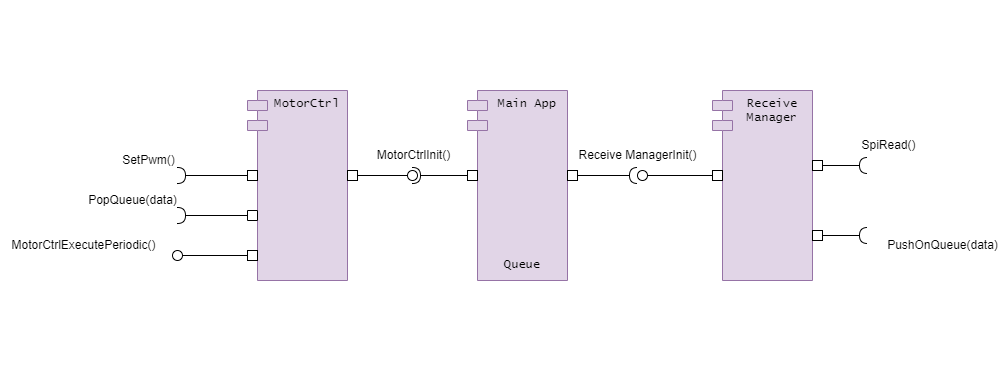
This is docs/images/MotorCtrlArchitecture.drawio.png from inpgbburda/FlyMatic, a draw.io export, as it was before one commit. Source tidied: cells renumbered, new cells last; positions are measured from the earlier drawing's top-left corner, leaving out a move shared by most shapes.
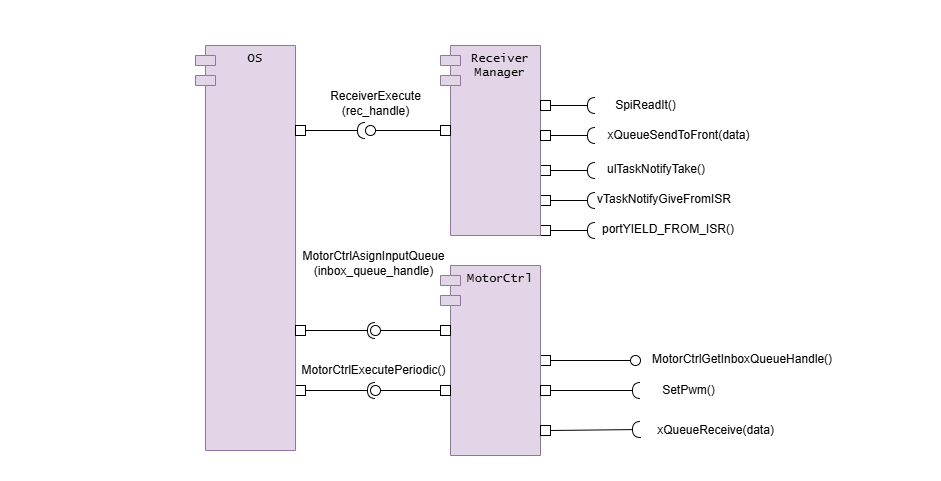
The same file after the commit.

Commit message:
Update static architecture.

The edit, as a diff of the source:
```diff
@@ -2,120 +2,168 @@
   <root>
     <mxCell id="0" />
     <mxCell id="1" parent="0" />
-    <mxCell id="2" style="rounded=1;whiteSpace=wrap;html=1;fontFamily=Helvetica;fillColor=#FFFFFF;strokeColor=none;" parent="1" vertex="1">
-      <mxGeometry x="7" width="995" height="390" as="geometry" />
+    <mxCell id="2" style="rounded=0;whiteSpace=wrap;html=1;fontFamily=Helvetica;fillColor=#FFFFFF;strokeColor=none;" parent="1" vertex="1">
+      <mxGeometry x="17" y="-40" width="940" height="480" as="geometry" />
     </mxCell>
+    <mxCell id="37" style="rounded=0;whiteSpace=wrap;html=1;" parent="1" vertex="1">
+      <mxGeometry x="312" y="345" width="10" height="10" as="geometry" />
+    </mxCell>
+    <mxCell id="38" style="rounded=0;jettySize=auto;html=1;endArrow=halfCircle;endFill=0;endSize=6;strokeWidth=1;exitX=1;exitY=0.5;exitDx=0;exitDy=0;" parent="1" edge="1" source="37">
+      <mxGeometry relative="1" as="geometry">
+        <mxPoint x="392" y="350" as="targetPoint" />
+      </mxGeometry>
+    </mxCell>
+    <mxCell id="39" style="rounded=0;jettySize=auto;html=1;endArrow=halfCircle;endFill=0;endSize=6;strokeWidth=1;" parent="1" edge="1" source="40">
+      <mxGeometry relative="1" as="geometry">
+        <mxPoint x="612" y="130" as="targetPoint" />
+      </mxGeometry>
+    </mxCell>
+    <mxCell id="40" style="rounded=0;whiteSpace=wrap;html=1;" parent="1" vertex="1">
+      <mxGeometry x="557" y="125" width="10" height="10" as="geometry" />
+    </mxCell>
+    <mxCell id="41" value="ulTaskNotifyTake()" style="text;whiteSpace=wrap;" parent="1" vertex="1">
+      <mxGeometry x="622" y="115" width="115" height="35" as="geometry" />
+    </mxCell>
+    <mxCell id="42" style="rounded=0;whiteSpace=wrap;html=1;" parent="1" vertex="1">
+      <mxGeometry x="557" y="315" width="10" height="10" as="geometry" />
+    </mxCell>
+    <mxCell id="43" value="MotorCtrlGetInboxQueueHandle()" style="text;whiteSpace=wrap;" parent="1" vertex="1">
+      <mxGeometry x="667" y="305" width="200" height="20" as="geometry" />
+    </mxCell>
+    <mxCell id="44" style="rounded=0;orthogonalLoop=1;jettySize=auto;html=1;endArrow=oval;endFill=0;sourcePerimeterSpacing=0;targetPerimeterSpacing=0;endSize=10;hachureGap=4;fontFamily=Helvetica;" parent="1" edge="1">
+      <mxGeometry relative="1" as="geometry">
+        <mxPoint x="567" y="320" as="sourcePoint" />
+        <mxPoint x="652" y="320" as="targetPoint" />
+      </mxGeometry>
+    </mxCell>
+    <mxCell id="45" style="rounded=0;whiteSpace=wrap;html=1;" parent="1" vertex="1">
+      <mxGeometry x="557" y="155" width="10" height="10" as="geometry" />
+    </mxCell>
+    <mxCell id="46" style="rounded=0;whiteSpace=wrap;html=1;" parent="1" vertex="1">
+      <mxGeometry x="557" y="185" width="10" height="10" as="geometry" />
+    </mxCell>
+    <mxCell id="47" style="rounded=0;jettySize=auto;html=1;endArrow=halfCircle;endFill=0;endSize=6;strokeWidth=1;exitX=1;exitY=0.5;exitDx=0;exitDy=0;" parent="1" edge="1" source="45">
+      <mxGeometry relative="1" as="geometry">
+        <mxPoint x="612" y="160" as="targetPoint" />
+      </mxGeometry>
+    </mxCell>
+    <mxCell id="48" style="rounded=0;jettySize=auto;html=1;endArrow=halfCircle;endFill=0;endSize=6;strokeWidth=1;exitX=1;exitY=0.5;exitDx=0;exitDy=0;" parent="1" edge="1" source="46">
+      <mxGeometry relative="1" as="geometry">
+        <mxPoint x="612" y="190" as="targetPoint" />
+      </mxGeometry>
+    </mxCell>
+    <mxCell id="49" value="vTaskNotifyGiveFromISR" style="text;whiteSpace=wrap;" parent="1" vertex="1">
+      <mxGeometry x="612" y="145" width="160" height="30" as="geometry" />
+    </mxCell>
+    <mxCell id="50" value="portYIELD_FROM_ISR()" style="text;whiteSpace=wrap;" parent="1" vertex="1">
+      <mxGeometry x="617" y="175" width="150" height="35" as="geometry" />
+    </mxCell>
     <mxCell id="3" value="Content" parent="0" />
-    <mxCell id="4" value="Receive ManagerInit()" style="text;html=1;align=center;verticalAlign=middle;strokeColor=none;fillColor=none;" parent="3" vertex="1">
-      <mxGeometry x="567" y="140" width="140" height="30" as="geometry" />
+    <mxCell id="4" value="ReceiverExecute&lt;br&gt;(rec_handle)" style="text;html=1;align=center;verticalAlign=middle;strokeColor=none;fillColor=none;rounded=0;" parent="3" vertex="1">
+      <mxGeometry x="337" y="40" width="110" height="45" as="geometry" />
     </mxCell>
-    <mxCell id="5" value="MotorCtrl" style="shape=module;align=left;spacingLeft=20;align=center;verticalAlign=top;whiteSpace=wrap;html=1;hachureGap=4;fontFamily=Lucida Console;fillColor=#e1d5e7;strokeColor=#9673a6;" parent="3" vertex="1">
-      <mxGeometry x="247" y="90" width="100" height="190" as="geometry" />
+    <mxCell id="5" value="MotorCtrl" style="shape=module;align=left;spacingLeft=20;align=center;verticalAlign=top;whiteSpace=wrap;html=1;hachureGap=4;fontFamily=Lucida Console;fillColor=#e1d5e7;strokeColor=#9673a6;rounded=0;" parent="3" vertex="1">
+      <mxGeometry x="457" y="225" width="100" height="190" as="geometry" />
     </mxCell>
-    <mxCell id="6" value="PopQueue(data)" style="text;html=1;align=center;verticalAlign=middle;strokeColor=none;fillColor=none;fontFamily=Helvetica;fontStyle=0;" parent="3" vertex="1">
-      <mxGeometry x="77" y="185" width="110" height="30" as="geometry" />
+    <mxCell id="6" value="xQueueReceive(data)" style="text;html=1;align=center;verticalAlign=middle;strokeColor=none;fillColor=none;fontFamily=Helvetica;fontStyle=0;rounded=0;" parent="3" vertex="1">
+      <mxGeometry x="662" y="375" width="140" height="30" as="geometry" />
     </mxCell>
-    <mxCell id="7" style="rounded=0;jettySize=auto;html=1;endArrow=oval;endFill=0;sourcePerimeterSpacing=0;targetPerimeterSpacing=0;endSize=10;hachureGap=4;fontFamily=Helvetica;exitX=0;exitY=0.5;exitDx=0;exitDy=0;" parent="3" edge="1" source="26">
+    <mxCell id="7" style="rounded=0;jettySize=auto;html=1;endArrow=oval;endFill=0;sourcePerimeterSpacing=0;targetPerimeterSpacing=0;endSize=10;hachureGap=4;fontFamily=Helvetica;exitX=1;exitY=0.5;exitDx=0;exitDy=0;" parent="3" edge="1" source="26">
       <mxGeometry relative="1" as="geometry">
-        <mxPoint x="177" y="255" as="targetPoint" />
+        <mxPoint x="392" y="350" as="targetPoint" />
       </mxGeometry>
     </mxCell>
-    <mxCell id="8" style="ellipse;whiteSpace=wrap;html=1;align=center;fillColor=none;strokeColor=none;perimeter=centerPerimeter;hachureGap=4;fontFamily=Helvetica;" parent="3" vertex="1">
-      <mxGeometry x="382" y="120" width="10" height="10" as="geometry" />
+    <mxCell id="8" style="ellipse;whiteSpace=wrap;html=1;align=center;fillColor=none;strokeColor=none;perimeter=centerPerimeter;hachureGap=4;fontFamily=Helvetica;rounded=0;" parent="3" vertex="1">
+      <mxGeometry x="127" y="35" width="10" height="10" as="geometry" />
     </mxCell>
-    <mxCell id="9" value="MotorCtrlExecutePeriodic()" style="text;html=1;align=center;verticalAlign=middle;strokeColor=none;fillColor=none;fontFamily=Helvetica;fontStyle=0;" parent="3" vertex="1">
-      <mxGeometry y="230" width="165" height="30" as="geometry" />
+    <mxCell id="9" value="MotorCtrlExecutePeriodic()" style="text;html=1;align=center;verticalAlign=middle;strokeColor=none;fillColor=none;fontFamily=Helvetica;fontStyle=0;rounded=0;" parent="3" vertex="1">
+      <mxGeometry x="307" y="315" width="165" height="30" as="geometry" />
     </mxCell>
-    <mxCell id="10" style="ellipse;whiteSpace=wrap;html=1;align=center;fillColor=none;strokeColor=none;perimeter=centerPerimeter;hachureGap=4;fontFamily=Helvetica;" parent="3" vertex="1">
-      <mxGeometry x="722" y="230" width="10" height="10" as="geometry" />
+    <mxCell id="10" style="ellipse;whiteSpace=wrap;html=1;align=center;fillColor=none;strokeColor=none;perimeter=centerPerimeter;hachureGap=4;fontFamily=Helvetica;rounded=0;" parent="3" vertex="1">
+      <mxGeometry x="467" y="145" width="10" height="10" as="geometry" />
     </mxCell>
     <mxCell id="11" style="rounded=0;jettySize=auto;html=1;endArrow=oval;endFill=0;sourcePerimeterSpacing=0;targetPerimeterSpacing=0;endSize=10;hachureGap=4;fontFamily=Helvetica;exitX=1;exitY=0.5;exitDx=0;exitDy=0;" parent="3" edge="1" source="27" target="12">
       <mxGeometry relative="1" as="geometry" />
     </mxCell>
-    <mxCell id="12" style="ellipse;whiteSpace=wrap;html=1;align=center;fillColor=none;strokeColor=none;perimeter=centerPerimeter;points=[];outlineConnect=1;hachureGap=4;fontFamily=Helvetica;" parent="3" vertex="1">
-      <mxGeometry x="407" y="170" width="10" height="10" as="geometry" />
-    </mxCell>
-    <mxCell id="13" value="MotorCtrlInit()" style="text;html=1;align=center;verticalAlign=middle;strokeColor=none;fillColor=none;fontFamily=Helvetica;fontStyle=0;" parent="3" vertex="1">
-      <mxGeometry x="365" y="140" width="95" height="30" as="geometry" />
+    <mxCell id="13" value="MotorCtrlAsignInputQueue&lt;br&gt;(inbox_queue_handle)" style="text;html=1;align=center;verticalAlign=middle;strokeColor=none;fillColor=none;fontFamily=Helvetica;fontStyle=0;rounded=0;" parent="3" vertex="1">
+      <mxGeometry x="307" y="200" width="165" height="45" as="geometry" />
     </mxCell>
     <mxCell id="14" style="rounded=0;jettySize=auto;html=1;endArrow=halfCircle;endFill=0;endSize=6;strokeWidth=1;fontFamily=Helvetica;" parent="3" edge="1" source="29">
       <mxGeometry relative="1" as="geometry">
-        <mxPoint x="177" y="175" as="targetPoint" />
+        <mxPoint x="657" y="350" as="targetPoint" />
       </mxGeometry>
     </mxCell>
-    <mxCell id="15" value="SetPwm()" style="text;html=1;align=center;verticalAlign=middle;strokeColor=none;fillColor=none;fontFamily=Helvetica;fontStyle=0;" parent="3" vertex="1">
-      <mxGeometry x="110" y="145" width="75" height="30" as="geometry" />
+    <mxCell id="15" value="SetPwm()" style="text;html=1;align=center;verticalAlign=middle;strokeColor=none;fillColor=none;fontFamily=Helvetica;fontStyle=0;rounded=0;" parent="3" vertex="1">
+      <mxGeometry x="667" y="335" width="75" height="30" as="geometry" />
     </mxCell>
-    <mxCell id="16" value="Receive Manager" style="shape=module;align=left;spacingLeft=20;align=center;verticalAlign=top;whiteSpace=wrap;html=1;hachureGap=4;fontFamily=Lucida Console;fillColor=#e1d5e7;strokeColor=#9673a6;" parent="3" vertex="1">
-      <mxGeometry x="712" y="90" width="100" height="190" as="geometry" />
+    <mxCell id="16" value="Receiver Manager" style="shape=module;align=left;spacingLeft=20;align=center;verticalAlign=top;whiteSpace=wrap;html=1;hachureGap=4;fontFamily=Lucida Console;fillColor=#e1d5e7;strokeColor=#9673a6;rounded=0;" parent="3" vertex="1">
+      <mxGeometry x="457" y="5" width="100" height="190" as="geometry" />
     </mxCell>
-    <mxCell id="17" value="Main App" style="shape=module;align=left;spacingLeft=20;align=center;verticalAlign=top;whiteSpace=wrap;html=1;hachureGap=4;fontFamily=Lucida Console;fillColor=#e1d5e7;strokeColor=#9673a6;" parent="3" vertex="1">
-      <mxGeometry x="467" y="90" width="100" height="190" as="geometry" />
+    <mxCell id="17" value="OS" style="shape=module;align=left;spacingLeft=20;align=center;verticalAlign=top;whiteSpace=wrap;html=1;hachureGap=4;fontFamily=Lucida Console;fillColor=#e1d5e7;strokeColor=#9673a6;rounded=0;" parent="3" vertex="1">
+      <mxGeometry x="212" y="5" width="100" height="405" as="geometry" />
     </mxCell>
-    <mxCell id="18" value="Queue" style="text;html=1;strokeColor=none;fillColor=none;align=center;verticalAlign=middle;whiteSpace=wrap;rounded=0;fontFamily=Lucida Console;" parent="3" vertex="1">
-      <mxGeometry x="492" y="250" width="60" height="30" as="geometry" />
-    </mxCell>
-    <mxCell id="19" style="rounded=0;jettySize=auto;html=1;endArrow=halfCircle;endFill=0;endSize=6;strokeWidth=1;sketch=0;exitX=0;exitY=0.5;exitDx=0;exitDy=0;" parent="3" edge="1" source="35">
-      <mxGeometry relative="1" as="geometry">
-        <mxPoint x="412" y="175" as="targetPoint" />
-      </mxGeometry>
-    </mxCell>
-    <mxCell id="20" style="rounded=0;jettySize=auto;html=1;endArrow=none;endFill=0;sketch=0;sourcePerimeterSpacing=0;targetPerimeterSpacing=0;entryX=0;entryY=0.5;entryDx=0;entryDy=0;" parent="3" edge="1" source="21" target="32">
+    <mxCell id="20" style="rounded=0;jettySize=auto;html=1;endArrow=none;endFill=0;sourcePerimeterSpacing=0;targetPerimeterSpacing=0;entryX=0;entryY=0.5;entryDx=0;entryDy=0;" parent="3" edge="1" source="21" target="32">
       <mxGeometry relative="1" as="geometry" />
     </mxCell>
-    <mxCell id="21" style="ellipse;whiteSpace=wrap;html=1;align=center;points=[];outlineConnect=0;sketch=0;" parent="3" vertex="1">
-      <mxGeometry x="637" y="170" width="10" height="10" as="geometry" />
+    <mxCell id="21" style="ellipse;whiteSpace=wrap;html=1;align=center;points=[];outlineConnect=0;rounded=0;" parent="3" vertex="1">
+      <mxGeometry x="382" y="85" width="10" height="10" as="geometry" />
     </mxCell>
-    <mxCell id="22" style="rounded=0;jettySize=auto;html=1;endArrow=halfCircle;endFill=0;endSize=6;strokeWidth=1;sketch=0;exitX=1;exitY=0.5;exitDx=0;exitDy=0;" parent="3" edge="1" source="30">
+    <mxCell id="22" style="rounded=0;jettySize=auto;html=1;endArrow=halfCircle;endFill=0;endSize=6;strokeWidth=1;exitX=1;exitY=0.5;exitDx=0;exitDy=0;" parent="3" edge="1" source="30">
       <mxGeometry relative="1" as="geometry">
-        <mxPoint x="867" y="235" as="targetPoint" />
+        <mxPoint x="612" y="95" as="targetPoint" />
       </mxGeometry>
     </mxCell>
-    <mxCell id="23" style="rounded=0;jettySize=auto;html=1;endArrow=halfCircle;endFill=0;endSize=6;strokeWidth=1;sketch=0;exitX=1;exitY=0.5;exitDx=0;exitDy=0;" parent="3" edge="1" source="36">
+    <mxCell id="23" style="rounded=0;jettySize=auto;html=1;endArrow=halfCircle;endFill=0;endSize=6;strokeWidth=1;exitX=1;exitY=0.5;exitDx=0;exitDy=0;" parent="3" edge="1" source="36">
       <mxGeometry relative="1" as="geometry">
-        <mxPoint x="867" y="165" as="targetPoint" />
+        <mxPoint x="612" y="65" as="targetPoint" />
       </mxGeometry>
     </mxCell>
-    <mxCell id="24" value="SpiRead()" style="text;html=1;align=center;verticalAlign=middle;strokeColor=none;fillColor=none;" parent="3" vertex="1">
-      <mxGeometry x="850" y="130" width="75" height="30" as="geometry" />
+    <mxCell id="24" value="SpiReadIt()" style="text;html=1;align=center;verticalAlign=middle;strokeColor=none;fillColor=none;rounded=0;" parent="3" vertex="1">
+      <mxGeometry x="622" y="50" width="80" height="30" as="geometry" />
     </mxCell>
-    <mxCell id="25" style="rounded=0;jettySize=auto;html=1;endArrow=halfCircle;endFill=0;endSize=6;strokeWidth=1;sketch=0;exitX=0.5;exitY=0;exitDx=0;exitDy=0;" parent="3" edge="1" source="28">
+    <mxCell id="25" style="rounded=0;jettySize=auto;html=1;endArrow=halfCircle;endFill=0;endSize=6;strokeWidth=1;exitX=0.5;exitY=0;exitDx=0;exitDy=0;" parent="3" edge="1" source="28">
       <mxGeometry relative="1" as="geometry">
-        <mxPoint x="177" y="215" as="targetPoint" />
+        <mxPoint x="657" y="389" as="targetPoint" />
       </mxGeometry>
     </mxCell>
     <mxCell id="26" style="rounded=0;whiteSpace=wrap;html=1;" parent="3" vertex="1">
-      <mxGeometry x="247" y="250" width="10" height="10" as="geometry" />
+      <mxGeometry x="457" y="345" width="10" height="10" as="geometry" />
     </mxCell>
     <mxCell id="27" style="rounded=0;whiteSpace=wrap;html=1;" parent="3" vertex="1">
-      <mxGeometry x="347" y="170" width="10" height="10" as="geometry" />
+      <mxGeometry x="457" y="285" width="10" height="10" as="geometry" />
     </mxCell>
     <mxCell id="28" style="rounded=0;whiteSpace=wrap;html=1;direction=south;" parent="3" vertex="1">
-      <mxGeometry x="247" y="210" width="10" height="10" as="geometry" />
+      <mxGeometry x="557" y="385" width="10" height="10" as="geometry" />
     </mxCell>
     <mxCell id="29" style="rounded=0;whiteSpace=wrap;html=1;" parent="3" vertex="1">
-      <mxGeometry x="247" y="170" width="10" height="10" as="geometry" />
+      <mxGeometry x="557" y="345" width="10" height="10" as="geometry" />
     </mxCell>
     <mxCell id="30" style="rounded=0;whiteSpace=wrap;html=1;" parent="3" vertex="1">
-      <mxGeometry x="812" y="230" width="10" height="10" as="geometry" />
+      <mxGeometry x="557" y="90" width="10" height="10" as="geometry" />
     </mxCell>
-    <mxCell id="31" value="PushOnQueue(data)" style="text;html=1;align=center;verticalAlign=middle;strokeColor=none;fillColor=none;" parent="3" vertex="1">
-      <mxGeometry x="877" y="230" width="130" height="30" as="geometry" />
+    <mxCell id="31" value="xQueueSendToFront(data)" style="text;html=1;align=center;verticalAlign=middle;strokeColor=none;fillColor=none;rounded=0;" parent="3" vertex="1">
+      <mxGeometry x="612" y="80" width="165" height="30" as="geometry" />
     </mxCell>
     <mxCell id="32" style="rounded=0;whiteSpace=wrap;html=1;" parent="3" vertex="1">
-      <mxGeometry x="712" y="170" width="10" height="10" as="geometry" />
+      <mxGeometry x="457" y="85" width="10" height="10" as="geometry" />
     </mxCell>
     <mxCell id="33" style="rounded=0;whiteSpace=wrap;html=1;" parent="3" vertex="1">
-      <mxGeometry x="567" y="170" width="10" height="10" as="geometry" />
+      <mxGeometry x="312" y="85" width="10" height="10" as="geometry" />
     </mxCell>
-    <mxCell id="34" style="rounded=0;jettySize=auto;html=1;endArrow=halfCircle;endFill=0;endSize=6;strokeWidth=1;sketch=0;exitX=1;exitY=0.5;exitDx=0;exitDy=0;" parent="3" edge="1" source="33" target="21">
+    <mxCell id="34" style="rounded=0;jettySize=auto;html=1;endArrow=halfCircle;endFill=0;endSize=6;strokeWidth=1;exitX=1;exitY=0.5;exitDx=0;exitDy=0;" parent="3" edge="1" source="33" target="21">
       <mxGeometry relative="1" as="geometry" />
     </mxCell>
     <mxCell id="35" style="rounded=0;whiteSpace=wrap;html=1;" parent="3" vertex="1">
-      <mxGeometry x="467" y="170" width="10" height="10" as="geometry" />
+      <mxGeometry x="312" y="285" width="10" height="10" as="geometry" />
     </mxCell>
     <mxCell id="36" style="rounded=0;whiteSpace=wrap;html=1;" parent="3" vertex="1">
-      <mxGeometry x="812" y="160" width="10" height="10" as="geometry" />
+      <mxGeometry x="557" y="60" width="10" height="10" as="geometry" />
     </mxCell>
+    <mxCell id="51" style="rounded=0;jettySize=auto;html=1;endArrow=halfCircle;endFill=0;endSize=6;strokeWidth=1;exitX=1;exitY=0.5;exitDx=0;exitDy=0;" parent="3" edge="1" source="35" target="12">
+      <mxGeometry relative="1" as="geometry" />
+    </mxCell>
+    <mxCell id="12" style="ellipse;whiteSpace=wrap;html=1;align=center;fillColor=none;strokeColor=none;perimeter=centerPerimeter;points=[];outlineConnect=1;hachureGap=4;fontFamily=Helvetica;rounded=0;" parent="3" vertex="1">
+      <mxGeometry x="387" y="285" width="10" height="10" as="geometry" />
+    </mxCell>
   </root>
 </mxGraphModel>
```
